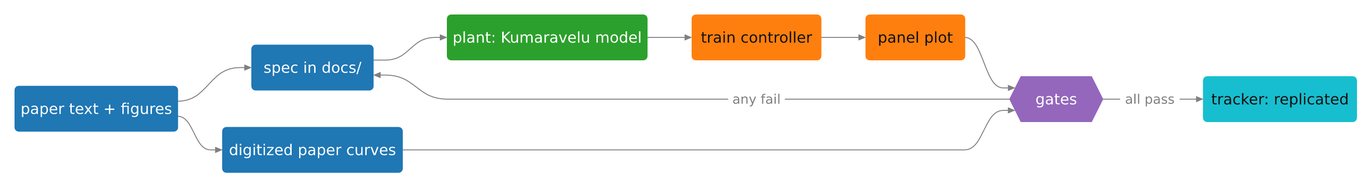
Above: docs/diagrams/pipeline.png in nynxlabs/rl-adaptive-dbs (Mermaid), before the change. Its source is kept beside it as docs/diagrams/pipeline.mmd. Its diagram source:
```mermaid
flowchart LR
  P["paper text + figures"]:::input --> S["spec in docs/"]:::input
  P --> D["digitized paper curves"]:::input
  S --> M["plant: Kumaravelu model"]:::plant
  M --> T["train controller"]:::train
  T --> F["panel plot"]:::train
  F --> G{{"gates"}}:::gate
  D --> G
  G -- "all pass" --> R["tracker: replicated"]:::tracker
  G -- "any fail" --> S

  classDef input fill:#1f77b4,stroke:#1f77b4,color:#ffffff
  classDef plant fill:#2ca02c,stroke:#2ca02c,color:#ffffff
  classDef train fill:#ff7f0e,stroke:#ff7f0e,color:#111111
  classDef gate fill:#9467bd,stroke:#9467bd,color:#ffffff
  classDef tracker fill:#17becf,stroke:#17becf,color:#111111
```
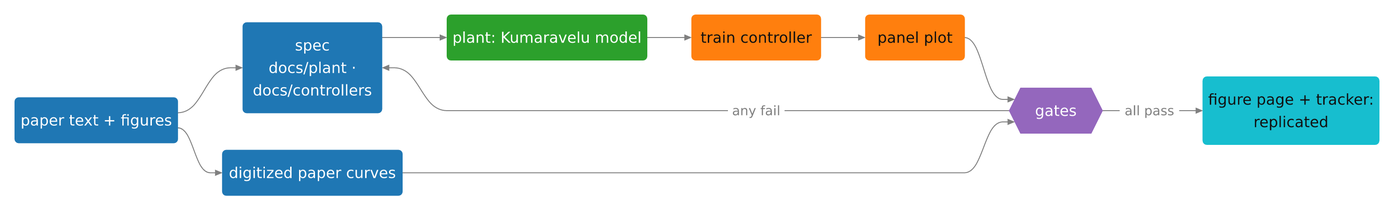
After the commit.

Commit message:
Label the pipeline diagram with the new docs layout and list it in docs/index.md

What changed in the source:
```diff
@@ -1,12 +1,12 @@
 flowchart LR
-  P["paper text + figures"]:::input --> S["spec in docs/"]:::input
+  P["paper text + figures"]:::input --> S["spec<br/>docs/plant · docs/controllers"]:::input
   P --> D["digitized paper curves"]:::input
   S --> M["plant: Kumaravelu model"]:::plant
   M --> T["train controller"]:::train
   T --> F["panel plot"]:::train
   F --> G{{"gates"}}:::gate
   D --> G
-  G -- "all pass" --> R["tracker: replicated"]:::tracker
+  G -- "all pass" --> R["figure page + tracker:<br/>replicated"]:::tracker
   G -- "any fail" --> S
 
   classDef input fill:#1f77b4,stroke:#1f77b4,color:#ffffff
```
